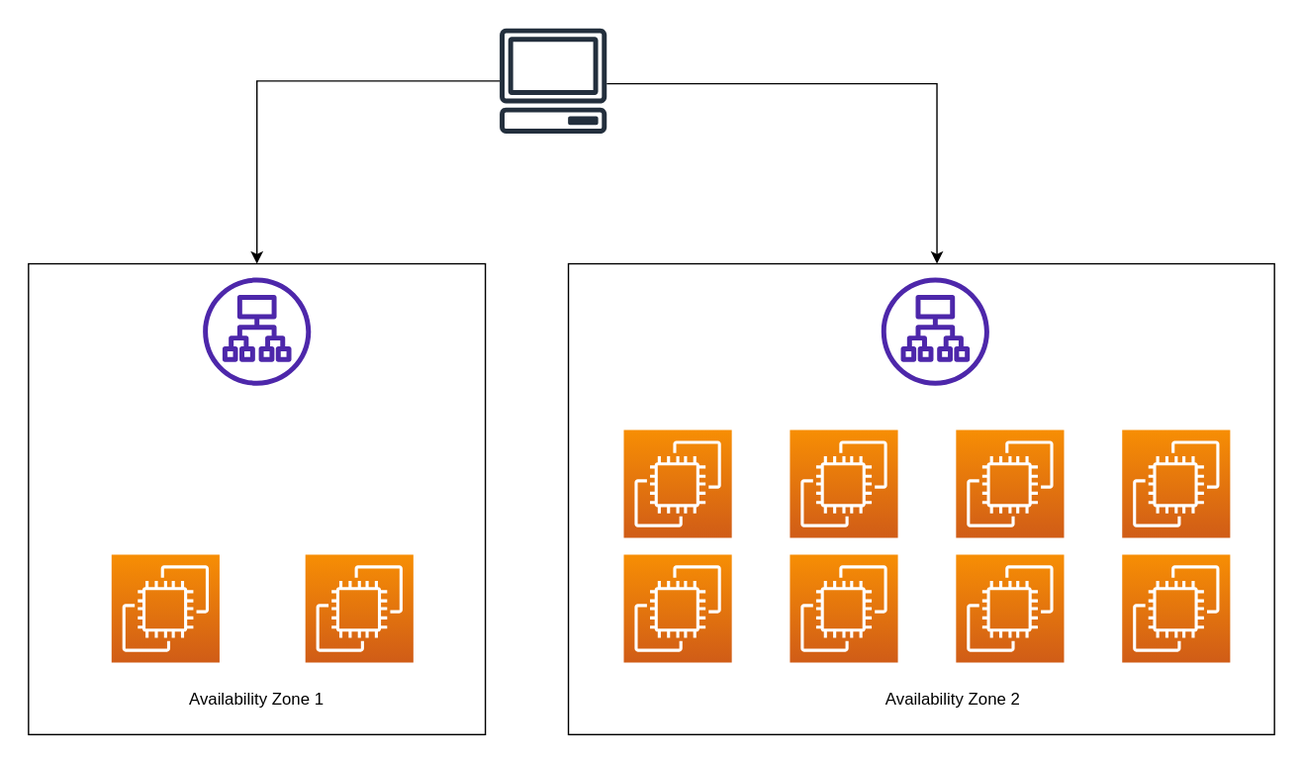
The draw.io diagram 05-aws-fundamentals-elb-and-asg/assets/cross-zone-balancing.svg in aditya109/journey-aws-cloud-architect, before a commit. Source tidied: cells renumbered, new cells last; positions are measured from the earlier drawing's top-left corner, leaving out a move shared by most shapes.
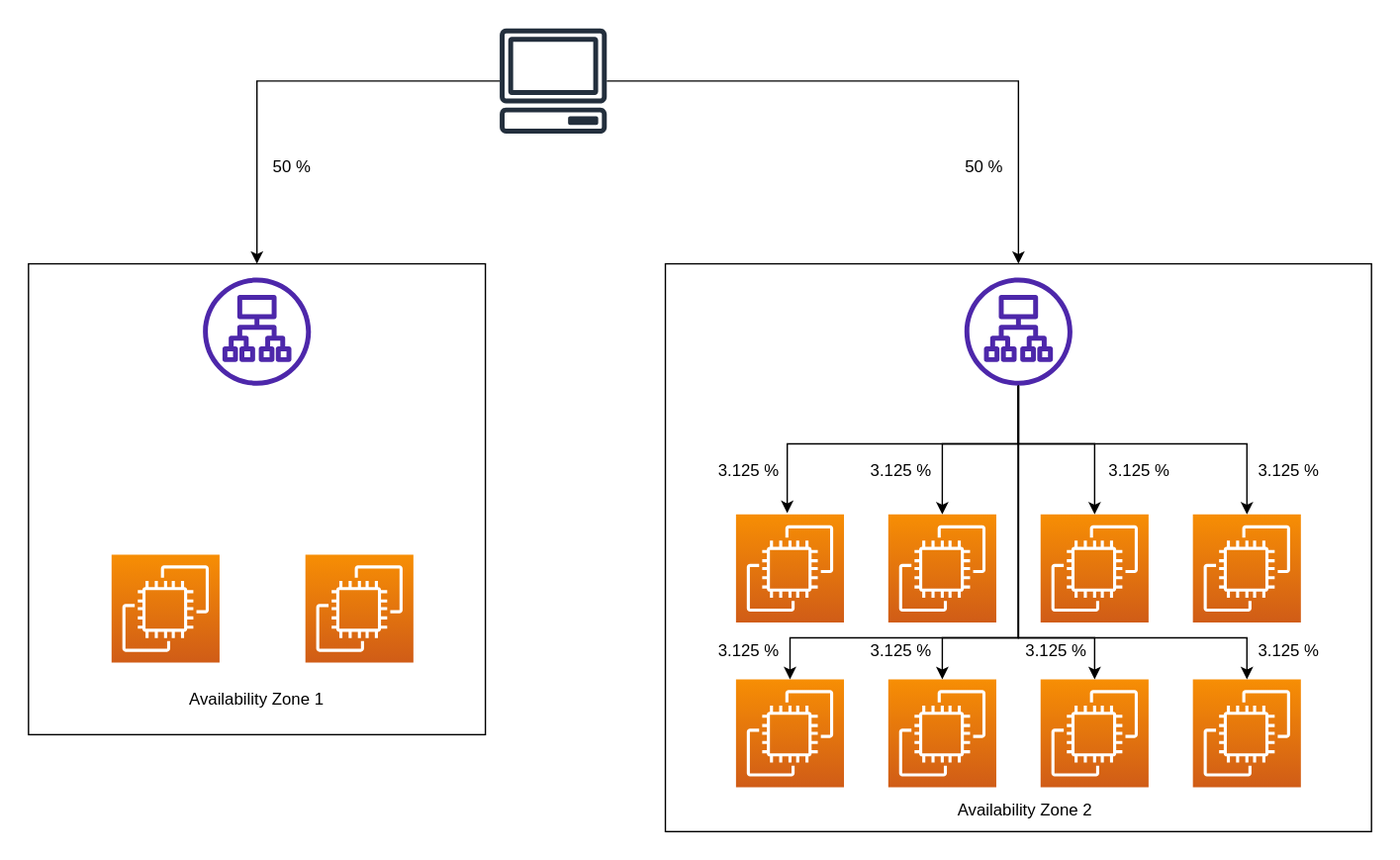
After the change.

Commit message:
refreshing assets

Diff of the diagram source:
```diff
@@ -2,42 +2,6 @@
   <root>
     <mxCell id="0" />
     <mxCell id="1" parent="0" />
-    <mxCell id="2" style="group;" parent="1" vertex="1">
-      <mxGeometry x="390" y="170" width="510" height="340" as="geometry" />
-    </mxCell>
-    <mxCell id="3" style="rounded=0;whiteSpace=wrap;html=1;" parent="2" vertex="1">
-      <mxGeometry width="510" height="340" as="geometry" />
-    </mxCell>
-    <mxCell id="4" style="sketch=0;fontColor=#232F3E;gradientColor=#F78E04;gradientDirection=north;fillColor=#D05C17;strokeColor=#ffffff;dashed=0;verticalLabelPosition=bottom;verticalAlign=top;align=center;html=1;fontSize=12;fontStyle=0;shape=mxgraph.aws4.resourceIcon;resIcon=mxgraph.aws4.ec2;" parent="2" vertex="1">
-      <mxGeometry x="40" y="210" width="78" height="78" as="geometry" />
-    </mxCell>
-    <mxCell id="5" style="sketch=0;fontColor=#232F3E;gradientColor=#F78E04;gradientDirection=north;fillColor=#D05C17;strokeColor=#ffffff;dashed=0;verticalLabelPosition=bottom;verticalAlign=top;align=center;html=1;fontSize=12;fontStyle=0;shape=mxgraph.aws4.resourceIcon;resIcon=mxgraph.aws4.ec2;" parent="2" vertex="1">
-      <mxGeometry x="160" y="210" width="78" height="78" as="geometry" />
-    </mxCell>
-    <mxCell id="6" style="sketch=0;fontColor=#232F3E;gradientColor=none;fillColor=#4D27AA;strokeColor=none;dashed=0;verticalLabelPosition=bottom;verticalAlign=top;align=center;html=1;fontSize=12;fontStyle=0;shape=mxgraph.aws4.application_load_balancer;" parent="2" vertex="1">
-      <mxGeometry x="226" y="10" width="78" height="78" as="geometry" />
-    </mxCell>
-    <mxCell id="7" value="Availability Zone 2" style="text;html=1;strokeColor=none;fillColor=none;align=center;verticalAlign=middle;whiteSpace=wrap;rounded=0;" parent="2" vertex="1">
-      <mxGeometry x="226" y="300" width="104" height="30" as="geometry" />
-    </mxCell>
-    <mxCell id="8" style="sketch=0;fontColor=#232F3E;gradientColor=#F78E04;gradientDirection=north;fillColor=#D05C17;strokeColor=#ffffff;dashed=0;verticalLabelPosition=bottom;verticalAlign=top;align=center;html=1;fontSize=12;fontStyle=0;shape=mxgraph.aws4.resourceIcon;resIcon=mxgraph.aws4.ec2;" parent="2" vertex="1">
-      <mxGeometry x="280" y="210" width="78" height="78" as="geometry" />
-    </mxCell>
-    <mxCell id="9" style="sketch=0;fontColor=#232F3E;gradientColor=#F78E04;gradientDirection=north;fillColor=#D05C17;strokeColor=#ffffff;dashed=0;verticalLabelPosition=bottom;verticalAlign=top;align=center;html=1;fontSize=12;fontStyle=0;shape=mxgraph.aws4.resourceIcon;resIcon=mxgraph.aws4.ec2;" parent="2" vertex="1">
-      <mxGeometry x="400" y="210" width="78" height="78" as="geometry" />
-    </mxCell>
-    <mxCell id="10" style="sketch=0;fontColor=#232F3E;gradientColor=#F78E04;gradientDirection=north;fillColor=#D05C17;strokeColor=#ffffff;dashed=0;verticalLabelPosition=bottom;verticalAlign=top;align=center;html=1;fontSize=12;fontStyle=0;shape=mxgraph.aws4.resourceIcon;resIcon=mxgraph.aws4.ec2;" parent="2" vertex="1">
-      <mxGeometry x="40" y="120" width="78" height="78" as="geometry" />
-    </mxCell>
-    <mxCell id="11" style="sketch=0;fontColor=#232F3E;gradientColor=#F78E04;gradientDirection=north;fillColor=#D05C17;strokeColor=#ffffff;dashed=0;verticalLabelPosition=bottom;verticalAlign=top;align=center;html=1;fontSize=12;fontStyle=0;shape=mxgraph.aws4.resourceIcon;resIcon=mxgraph.aws4.ec2;" parent="2" vertex="1">
-      <mxGeometry x="160" y="120" width="78" height="78" as="geometry" />
-    </mxCell>
-    <mxCell id="12" style="sketch=0;fontColor=#232F3E;gradientColor=#F78E04;gradientDirection=north;fillColor=#D05C17;strokeColor=#ffffff;dashed=0;verticalLabelPosition=bottom;verticalAlign=top;align=center;html=1;fontSize=12;fontStyle=0;shape=mxgraph.aws4.resourceIcon;resIcon=mxgraph.aws4.ec2;" parent="2" vertex="1">
-      <mxGeometry x="280" y="120" width="78" height="78" as="geometry" />
-    </mxCell>
-    <mxCell id="13" style="sketch=0;fontColor=#232F3E;gradientColor=#F78E04;gradientDirection=north;fillColor=#D05C17;strokeColor=#ffffff;dashed=0;verticalLabelPosition=bottom;verticalAlign=top;align=center;html=1;fontSize=12;fontStyle=0;shape=mxgraph.aws4.resourceIcon;resIcon=mxgraph.aws4.ec2;" parent="2" vertex="1">
-      <mxGeometry x="400" y="120" width="78" height="78" as="geometry" />
-    </mxCell>
     <mxCell id="14" style="group;" parent="1" vertex="1">
       <mxGeometry y="170" width="330" height="340" as="geometry" />
     </mxCell>
@@ -59,15 +23,142 @@
     <mxCell id="20" style="edgeStyle=orthogonalEdgeStyle;rounded=0;jettySize=auto;html=1;entryX=0.5;entryY=0;entryDx=0;entryDy=0;" parent="1" edge="1" source="22" target="15">
       <mxGeometry relative="1" as="geometry" />
     </mxCell>
-    <mxCell id="21" style="edgeStyle=orthogonalEdgeStyle;rounded=0;jettySize=auto;html=1;entryX=0.522;entryY=0;entryDx=0;entryDy=0;entryPerimeter=0;" parent="1" edge="1" source="22" target="3">
-      <mxGeometry relative="1" as="geometry">
-        <Array as="points">
-          <mxPoint x="656" y="40" />
-        </Array>
-      </mxGeometry>
+    <mxCell id="21" style="edgeStyle=orthogonalEdgeStyle;rounded=0;jettySize=auto;html=1;entryX=0.5;entryY=0;entryDx=0;entryDy=0;" parent="1" edge="1" source="22" target="3">
+      <mxGeometry relative="1" as="geometry" />
     </mxCell>
     <mxCell id="22" style="sketch=0;outlineConnect=0;fontColor=#232F3E;gradientColor=none;fillColor=#232F3D;strokeColor=none;dashed=0;verticalLabelPosition=bottom;verticalAlign=top;align=center;html=1;fontSize=12;fontStyle=0;shape=mxgraph.aws4.client;" parent="1" vertex="1">
       <mxGeometry x="340" width="78" height="76" as="geometry" />
     </mxCell>
+    <mxCell id="23" value="50 %" style="text;html=1;align=center;verticalAlign=middle;strokeColor=none;fillColor=none;" parent="1" vertex="1">
+      <mxGeometry x="170" y="90" width="40" height="20" as="geometry" />
+    </mxCell>
+    <mxCell id="24" value="50 %" style="text;html=1;align=center;verticalAlign=middle;strokeColor=none;fillColor=none;" parent="1" vertex="1">
+      <mxGeometry x="670" y="90" width="40" height="20" as="geometry" />
+    </mxCell>
+    <mxCell id="25" style="group;" parent="1" vertex="1">
+      <mxGeometry x="460" y="170" width="510" height="410" as="geometry" />
+    </mxCell>
+    <mxCell id="3" style="rounded=0;whiteSpace=wrap;html=1;" parent="25" vertex="1">
+      <mxGeometry width="510" height="410" as="geometry" />
+    </mxCell>
+    <mxCell id="26" style="edgeStyle=orthogonalEdgeStyle;rounded=0;jettySize=auto;html=1;" parent="25" edge="1" source="27">
+      <mxGeometry relative="1" as="geometry">
+        <mxPoint x="88" y="180" as="targetPoint" />
+        <Array as="points">
+          <mxPoint x="255" y="130" />
+          <mxPoint x="88" y="130" />
+        </Array>
+      </mxGeometry>
+    </mxCell>
+    <mxCell id="27" style="sketch=0;outlineConnect=0;fontColor=#232F3E;gradientColor=none;fillColor=#4D27AA;strokeColor=none;dashed=0;verticalLabelPosition=bottom;verticalAlign=top;align=center;html=1;fontSize=12;fontStyle=0;shape=mxgraph.aws4.application_load_balancer;" parent="25" vertex="1">
+      <mxGeometry x="216" y="10" width="78" height="78" as="geometry" />
+    </mxCell>
+    <mxCell id="28" style="sketch=0;fontColor=#232F3E;gradientColor=#F78E04;gradientDirection=north;fillColor=#D05C17;strokeColor=#ffffff;dashed=0;verticalLabelPosition=bottom;verticalAlign=top;align=center;html=1;fontSize=12;fontStyle=0;shape=mxgraph.aws4.resourceIcon;resIcon=mxgraph.aws4.ec2;" parent="25" vertex="1">
+      <mxGeometry x="51" y="181" width="78" height="78" as="geometry" />
+    </mxCell>
+    <mxCell id="29" style="sketch=0;points=[[0,0,0],[0.25,0,0],[0.5,0,0],[0.75,0,0],[1,0,0],[0,1,0],[0.25,1,0],[0.5,1,0],[0.75,1,0],[1,1,0],[0,0.25,0],[0,0.5,0],[0,0.75,0],[1,0.25,0],[1,0.5,0],[1,0.75,0]];outlineConnect=0;fontColor=#232F3E;gradientColor=#F78E04;gradientDirection=north;fillColor=#D05C17;strokeColor=#ffffff;dashed=0;verticalLabelPosition=bottom;verticalAlign=top;align=center;html=1;fontSize=12;fontStyle=0;shape=mxgraph.aws4.resourceIcon;resIcon=mxgraph.aws4.ec2;" parent="25" vertex="1">
+      <mxGeometry x="161" y="181" width="78" height="78" as="geometry" />
+    </mxCell>
+    <mxCell id="30" style="edgeStyle=orthogonalEdgeStyle;rounded=0;jettySize=auto;html=1;entryX=0.5;entryY=0;entryDx=0;entryDy=0;entryPerimeter=0;" parent="25" edge="1" source="27" target="29">
+      <mxGeometry relative="1" as="geometry">
+        <Array as="points">
+          <mxPoint x="255" y="130" />
+          <mxPoint x="200" y="130" />
+        </Array>
+      </mxGeometry>
+    </mxCell>
+    <mxCell id="31" style="sketch=0;points=[[0,0,0],[0.25,0,0],[0.5,0,0],[0.75,0,0],[1,0,0],[0,1,0],[0.25,1,0],[0.5,1,0],[0.75,1,0],[1,1,0],[0,0.25,0],[0,0.5,0],[0,0.75,0],[1,0.25,0],[1,0.5,0],[1,0.75,0]];outlineConnect=0;fontColor=#232F3E;gradientColor=#F78E04;gradientDirection=north;fillColor=#D05C17;strokeColor=#ffffff;dashed=0;verticalLabelPosition=bottom;verticalAlign=top;align=center;html=1;fontSize=12;fontStyle=1;shape=mxgraph.aws4.resourceIcon;resIcon=mxgraph.aws4.ec2;" parent="25" vertex="1">
+      <mxGeometry x="271" y="181" width="78" height="78" as="geometry" />
+    </mxCell>
+    <mxCell id="32" style="edgeStyle=orthogonalEdgeStyle;rounded=0;jettySize=auto;html=1;" parent="25" edge="1" source="27" target="31">
+      <mxGeometry relative="1" as="geometry">
+        <Array as="points">
+          <mxPoint x="255" y="130" />
+          <mxPoint x="310" y="130" />
+        </Array>
+      </mxGeometry>
+    </mxCell>
+    <mxCell id="33" style="sketch=0;points=[[0,0,0],[0.25,0,0],[0.5,0,0],[0.75,0,0],[1,0,0],[0,1,0],[0.25,1,0],[0.5,1,0],[0.75,1,0],[1,1,0],[0,0.25,0],[0,0.5,0],[0,0.75,0],[1,0.25,0],[1,0.5,0],[1,0.75,0]];outlineConnect=0;fontColor=#232F3E;gradientColor=#F78E04;gradientDirection=north;fillColor=#D05C17;strokeColor=#ffffff;dashed=0;verticalLabelPosition=bottom;verticalAlign=top;align=center;html=1;fontSize=12;fontStyle=0;shape=mxgraph.aws4.resourceIcon;resIcon=mxgraph.aws4.ec2;" parent="25" vertex="1">
+      <mxGeometry x="381" y="181" width="78" height="78" as="geometry" />
+    </mxCell>
+    <mxCell id="34" style="edgeStyle=orthogonalEdgeStyle;rounded=0;jettySize=auto;html=1;" parent="25" edge="1" source="27" target="33">
+      <mxGeometry relative="1" as="geometry">
+        <Array as="points">
+          <mxPoint x="255" y="130" />
+          <mxPoint x="420" y="130" />
+        </Array>
+      </mxGeometry>
+    </mxCell>
+    <mxCell id="35" style="sketch=0;points=[[0,0,0],[0.25,0,0],[0.5,0,0],[0.75,0,0],[1,0,0],[0,1,0],[0.25,1,0],[0.5,1,0],[0.75,1,0],[1,1,0],[0,0.25,0],[0,0.5,0],[0,0.75,0],[1,0.25,0],[1,0.5,0],[1,0.75,0]];outlineConnect=0;fontColor=#232F3E;gradientColor=#F78E04;gradientDirection=north;fillColor=#D05C17;strokeColor=#ffffff;dashed=0;verticalLabelPosition=bottom;verticalAlign=top;align=center;html=1;fontSize=12;fontStyle=0;shape=mxgraph.aws4.resourceIcon;resIcon=mxgraph.aws4.ec2;" parent="25" vertex="1">
+      <mxGeometry x="51" y="300" width="78" height="78" as="geometry" />
+    </mxCell>
+    <mxCell id="36" style="edgeStyle=orthogonalEdgeStyle;rounded=0;jettySize=auto;html=1;entryX=0.5;entryY=0;entryDx=0;entryDy=0;entryPerimeter=0;" parent="25" edge="1" source="27" target="35">
+      <mxGeometry relative="1" as="geometry">
+        <Array as="points">
+          <mxPoint x="255" y="270" />
+          <mxPoint x="90" y="270" />
+        </Array>
+      </mxGeometry>
+    </mxCell>
+    <mxCell id="37" style="sketch=0;points=[[0,0,0],[0.25,0,0],[0.5,0,0],[0.75,0,0],[1,0,0],[0,1,0],[0.25,1,0],[0.5,1,0],[0.75,1,0],[1,1,0],[0,0.25,0],[0,0.5,0],[0,0.75,0],[1,0.25,0],[1,0.5,0],[1,0.75,0]];outlineConnect=0;fontColor=#232F3E;gradientColor=#F78E04;gradientDirection=north;fillColor=#D05C17;strokeColor=#ffffff;dashed=0;verticalLabelPosition=bottom;verticalAlign=top;align=center;html=1;fontSize=12;fontStyle=0;shape=mxgraph.aws4.resourceIcon;resIcon=mxgraph.aws4.ec2;" parent="25" vertex="1">
+      <mxGeometry x="161" y="300" width="78" height="78" as="geometry" />
+    </mxCell>
+    <mxCell id="38" style="edgeStyle=orthogonalEdgeStyle;rounded=0;jettySize=auto;html=1;entryX=0.5;entryY=0;entryDx=0;entryDy=0;entryPerimeter=0;" parent="25" edge="1" source="27" target="37">
+      <mxGeometry relative="1" as="geometry">
+        <Array as="points">
+          <mxPoint x="255" y="270" />
+          <mxPoint x="200" y="270" />
+        </Array>
+      </mxGeometry>
+    </mxCell>
+    <mxCell id="39" style="sketch=0;points=[[0,0,0],[0.25,0,0],[0.5,0,0],[0.75,0,0],[1,0,0],[0,1,0],[0.25,1,0],[0.5,1,0],[0.75,1,0],[1,1,0],[0,0.25,0],[0,0.5,0],[0,0.75,0],[1,0.25,0],[1,0.5,0],[1,0.75,0]];outlineConnect=0;fontColor=#232F3E;gradientColor=#F78E04;gradientDirection=north;fillColor=#D05C17;strokeColor=#ffffff;dashed=0;verticalLabelPosition=bottom;verticalAlign=top;align=center;html=1;fontSize=12;fontStyle=1;shape=mxgraph.aws4.resourceIcon;resIcon=mxgraph.aws4.ec2;" parent="25" vertex="1">
+      <mxGeometry x="271" y="300" width="78" height="78" as="geometry" />
+    </mxCell>
+    <mxCell id="40" style="edgeStyle=orthogonalEdgeStyle;rounded=0;jettySize=auto;html=1;" parent="25" edge="1" source="27" target="39">
+      <mxGeometry relative="1" as="geometry">
+        <Array as="points">
+          <mxPoint x="255" y="270" />
+          <mxPoint x="310" y="270" />
+        </Array>
+      </mxGeometry>
+    </mxCell>
+    <mxCell id="41" style="sketch=0;points=[[0,0,0],[0.25,0,0],[0.5,0,0],[0.75,0,0],[1,0,0],[0,1,0],[0.25,1,0],[0.5,1,0],[0.75,1,0],[1,1,0],[0,0.25,0],[0,0.5,0],[0,0.75,0],[1,0.25,0],[1,0.5,0],[1,0.75,0]];outlineConnect=0;fontColor=#232F3E;gradientColor=#F78E04;gradientDirection=north;fillColor=#D05C17;strokeColor=#ffffff;dashed=0;verticalLabelPosition=bottom;verticalAlign=top;align=center;html=1;fontSize=12;fontStyle=0;shape=mxgraph.aws4.resourceIcon;resIcon=mxgraph.aws4.ec2;" parent="25" vertex="1">
+      <mxGeometry x="381" y="300" width="78" height="78" as="geometry" />
+    </mxCell>
+    <mxCell id="42" style="edgeStyle=orthogonalEdgeStyle;rounded=0;jettySize=auto;html=1;" parent="25" edge="1" source="27" target="41">
+      <mxGeometry relative="1" as="geometry">
+        <Array as="points">
+          <mxPoint x="255" y="270" />
+          <mxPoint x="420" y="270" />
+        </Array>
+      </mxGeometry>
+    </mxCell>
+    <mxCell id="7" value="Availability Zone 2" style="text;html=1;strokeColor=none;fillColor=none;align=center;verticalAlign=middle;whiteSpace=wrap;rounded=0;" parent="25" vertex="1">
+      <mxGeometry x="208" y="380" width="104" height="30" as="geometry" />
+    </mxCell>
+    <mxCell id="43" value="&lt;span style=&quot;font-weight: normal&quot;&gt;3.125 %&lt;/span&gt;" style="text;html=1;align=center;verticalAlign=middle;strokeColor=none;fillColor=none;fontStyle=1;" parent="25" vertex="1">
+      <mxGeometry x="140" y="140" width="60" height="20" as="geometry" />
+    </mxCell>
+    <mxCell id="44" value="&lt;span style=&quot;font-weight: normal&quot;&gt;3.125 %&lt;/span&gt;" style="text;html=1;align=center;verticalAlign=middle;strokeColor=none;fillColor=none;fontStyle=1;" parent="25" vertex="1">
+      <mxGeometry x="30" y="140" width="60" height="20" as="geometry" />
+    </mxCell>
+    <mxCell id="45" value="&lt;span style=&quot;font-weight: normal&quot;&gt;3.125 %&lt;/span&gt;" style="text;html=1;align=center;verticalAlign=middle;strokeColor=none;fillColor=none;fontStyle=1;" parent="25" vertex="1">
+      <mxGeometry x="312" y="140" width="60" height="20" as="geometry" />
+    </mxCell>
+    <mxCell id="46" value="&lt;span style=&quot;font-weight: normal&quot;&gt;3.125 %&lt;/span&gt;" style="text;html=1;align=center;verticalAlign=middle;strokeColor=none;fillColor=none;fontStyle=1;" parent="25" vertex="1">
+      <mxGeometry x="420" y="140" width="60" height="20" as="geometry" />
+    </mxCell>
+    <mxCell id="47" value="&lt;span style=&quot;font-weight: normal&quot;&gt;3.125 %&lt;/span&gt;" style="text;html=1;align=center;verticalAlign=middle;strokeColor=none;fillColor=none;fontStyle=1;" parent="25" vertex="1">
+      <mxGeometry x="30" y="270" width="60" height="20" as="geometry" />
+    </mxCell>
+    <mxCell id="48" value="&lt;span style=&quot;font-weight: normal&quot;&gt;3.125 %&lt;/span&gt;" style="text;html=1;align=center;verticalAlign=middle;strokeColor=none;fillColor=none;fontStyle=1;" parent="25" vertex="1">
+      <mxGeometry x="140" y="270" width="60" height="20" as="geometry" />
+    </mxCell>
+    <mxCell id="49" value="&lt;span style=&quot;font-weight: normal&quot;&gt;3.125 %&lt;/span&gt;" style="text;html=1;align=center;verticalAlign=middle;strokeColor=none;fillColor=none;fontStyle=1;" parent="25" vertex="1">
+      <mxGeometry x="252" y="270" width="60" height="20" as="geometry" />
+    </mxCell>
+    <mxCell id="50" value="&lt;span style=&quot;font-weight: normal&quot;&gt;3.125 %&lt;/span&gt;" style="text;html=1;align=center;verticalAlign=middle;strokeColor=none;fillColor=none;fontStyle=1;" parent="25" vertex="1">
+      <mxGeometry x="420" y="270" width="60" height="20" as="geometry" />
+    </mxCell>
   </root>
 </mxGraphModel>
```
